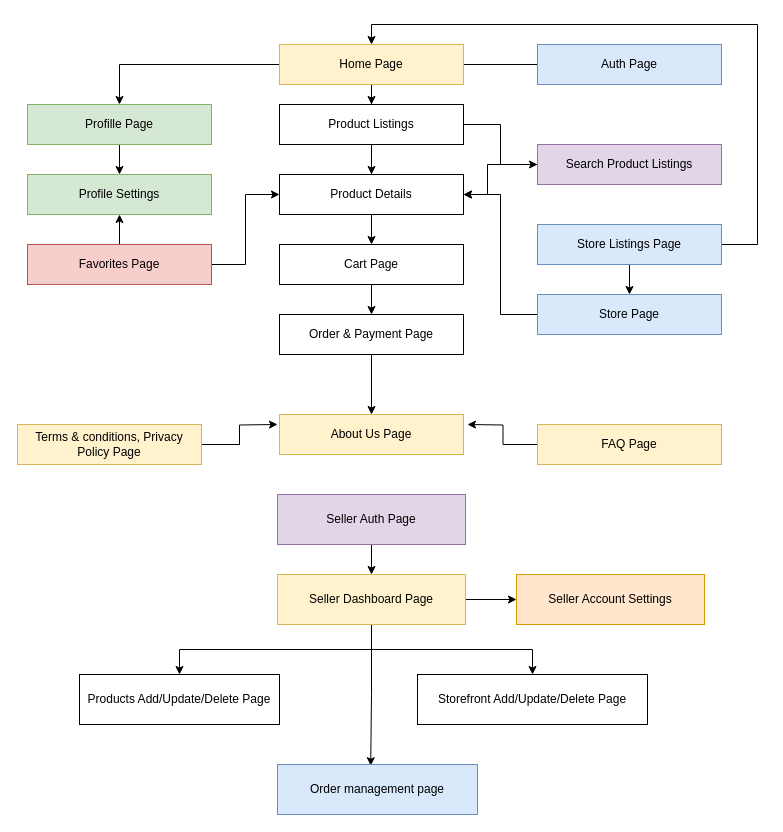
mealibek/drawio keeps this draw.io diagram as drawio-mvp/Marketplace Site Map Diagram.drawio. Above is the earlier version. Source tidied: cells renumbered, new cells numbered last; positions are measured from the earlier drawing's top-left corner, leaving out a move shared by most shapes. Both pictures are drawn from the tidied source at 100%, with x=0, y=0 at pixel (17, 24).
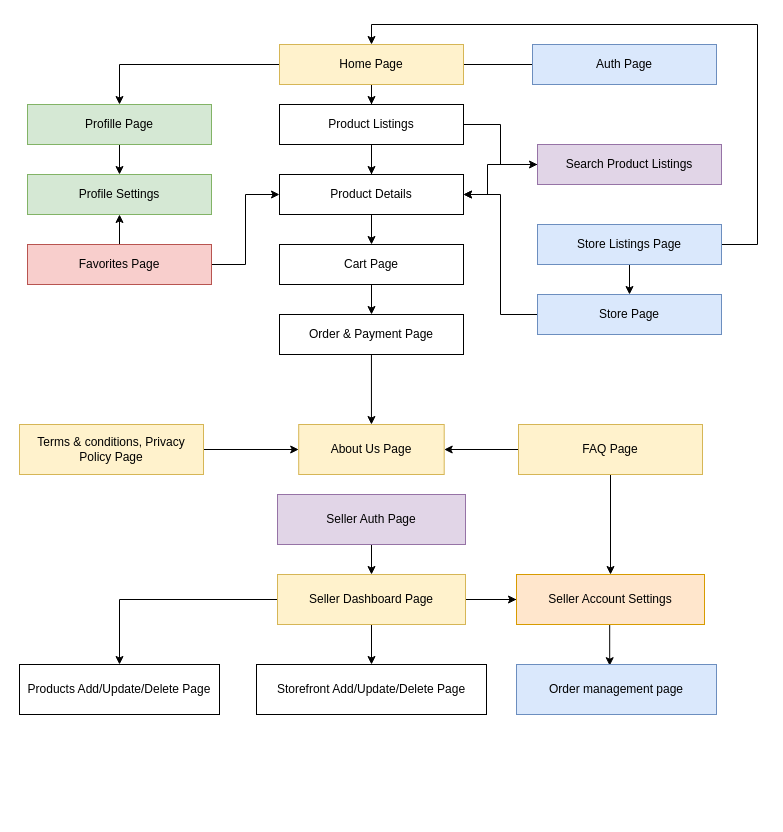
After the change.

Unchanged cells that the change refers to:
```xml
<mxCell id="39" value="Seller Account Settings" style="whiteSpace=wrap;html=1;rounded=0;fillColor=#ffe6cc;strokeColor=#d79b00;" parent="1" vertex="1">
  <mxGeometry x="499" y="550" width="188" height="50" as="geometry" />
</mxCell>
```

What changed in the source:
```diff
@@
     <mxCell id="3" value="Auth Page" style="rounded=0;whiteSpace=wrap;html=1;fillColor=#dae8fc;strokeColor=#6c8ebf;" parent="1" vertex="1">
-      <mxGeometry x="520" y="20" width="184" height="40" as="geometry" />
+      <mxGeometry x="515" y="20" width="184" height="40" as="geometry" />
     </mxCell>
@@
-    <mxCell id="19" style="edgeStyle=orthogonalEdgeStyle;rounded=0;jettySize=auto;html=1;" parent="1" edge="1" source="20">
-      <mxGeometry relative="1" as="geometry">
-        <mxPoint x="260" y="400" as="targetPoint" />
-      </mxGeometry>
-    </mxCell>
+    <mxCell id="44" style="edgeStyle=orthogonalEdgeStyle;rounded=0;jettySize=auto;html=1;entryX=0;entryY=0.5;entryDx=0;entryDy=0;" parent="1" edge="1" source="20" target="21">
+      <mxGeometry relative="1" as="geometry" />
+    </mxCell>
     <mxCell id="20" value="Terms &amp;amp; conditions, Privacy Policy Page" style="rounded=0;whiteSpace=wrap;html=1;fillColor=#fff2cc;strokeColor=#d6b656;" parent="1" vertex="1">
-      <mxGeometry y="400" width="184" height="40" as="geometry" />
+      <mxGeometry x="2" y="400" width="184" height="50" as="geometry" />
     </mxCell>
     <mxCell id="21" value="About Us Page" style="rounded=0;whiteSpace=wrap;html=1;fillColor=#fff2cc;strokeColor=#d6b656;" parent="1" vertex="1">
-      <mxGeometry x="262" y="390" width="184" height="40" as="geometry" />
+      <mxGeometry x="281.2" y="400" width="145.5" height="50" as="geometry" />
     </mxCell>
@@
-    <mxCell id="25" style="edgeStyle=orthogonalEdgeStyle;rounded=0;jettySize=auto;html=1;" parent="1" edge="1" source="26">
-      <mxGeometry relative="1" as="geometry">
-        <mxPoint x="450" y="400" as="targetPoint" />
-      </mxGeometry>
+    <mxCell id="25" style="edgeStyle=orthogonalEdgeStyle;rounded=0;jettySize=auto;html=1;entryX=1;entryY=0.5;entryDx=0;entryDy=0;" parent="1" edge="1" source="26" target="21">
+      <mxGeometry relative="1" as="geometry" />
     </mxCell>
+    <mxCell id="45" style="edgeStyle=orthogonalEdgeStyle;rounded=0;jettySize=auto;html=1;" parent="1" edge="1" source="26" target="39">
+      <mxGeometry relative="1" as="geometry" />
+    </mxCell>
     <mxCell id="26" value="FAQ Page" style="rounded=0;whiteSpace=wrap;html=1;fillColor=#fff2cc;strokeColor=#d6b656;" parent="1" vertex="1">
-      <mxGeometry x="520" y="400" width="184" height="40" as="geometry" />
+      <mxGeometry x="501" y="400" width="184" height="50" as="geometry" />
     </mxCell>
@@
     <mxCell id="37" value="Storefront Add/Update/Delete Page" style="rounded=0;whiteSpace=wrap;html=1;" parent="1" vertex="1">
-      <mxGeometry x="400" y="650" width="230" height="50" as="geometry" />
+      <mxGeometry x="239" y="640" width="230" height="50" as="geometry" />
     </mxCell>
     <mxCell id="38" value="Products Add/Update/Delete Page" style="rounded=0;whiteSpace=wrap;html=1;" parent="1" vertex="1">
-      <mxGeometry x="62" y="650" width="200" height="50" as="geometry" />
+      <mxGeometry x="2" y="640" width="200" height="50" as="geometry" />
     </mxCell>
@@
     <mxCell id="43" value="Order management page" style="rounded=0;whiteSpace=wrap;html=1;fillColor=#dae8fc;strokeColor=#6c8ebf;" parent="1" vertex="1">
-      <mxGeometry x="260" y="740" width="200" height="50" as="geometry" />
+      <mxGeometry x="499" y="640" width="200" height="50" as="geometry" />
     </mxCell>
```
